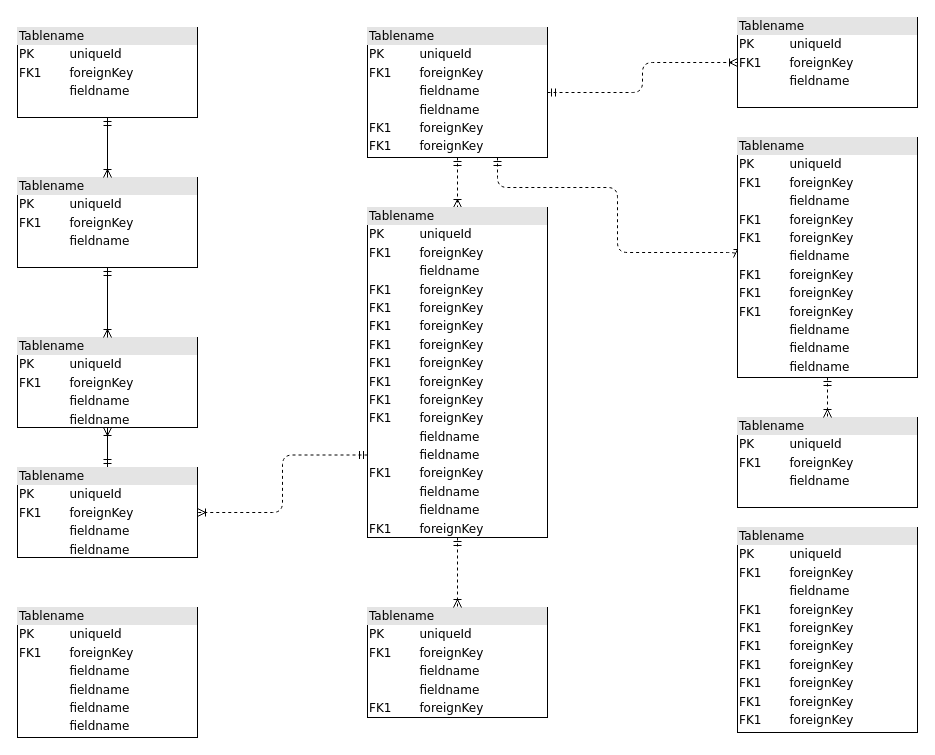
Above: Track-Occupancy/Track-Occupancy01.drawio in chillin2/MyDraw.io (draw.io), before the change. Source tidied: cells renumbered, new cells numbered last; positions are measured from the earlier drawing's top-left corner, leaving out a move shared by most shapes. Both pictures are drawn from the tidied source at 100%, with x=0, y=0 at pixel (17, 17).
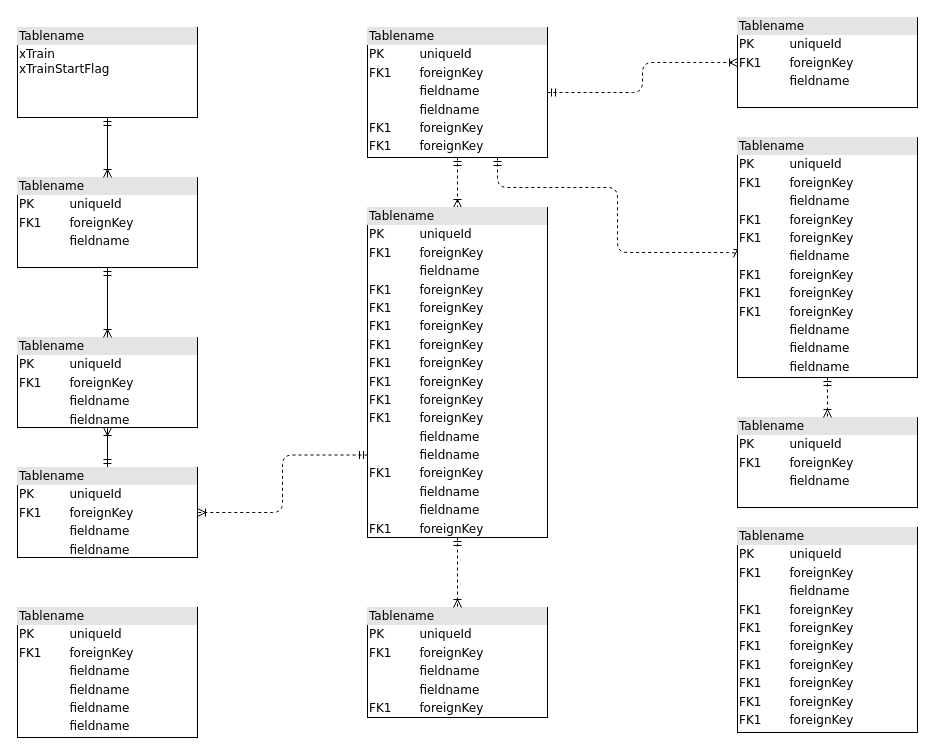
The same page after the edit.

The edit, as a diff of the source:
```diff
@@
-    <mxCell id="2" value="&lt;div style=&quot;box-sizing:border-box;width:100%;background:#e4e4e4;padding:2px;&quot;&gt;Tablename&lt;/div&gt;&lt;table style=&quot;width:100%;font-size:1em;&quot; cellpadding=&quot;2&quot; cellspacing=&quot;0&quot;&gt;&lt;tr&gt;&lt;td&gt;PK&lt;/td&gt;&lt;td&gt;uniqueId&lt;/td&gt;&lt;/tr&gt;&lt;tr&gt;&lt;td&gt;FK1&lt;/td&gt;&lt;td&gt;foreignKey&lt;/td&gt;&lt;/tr&gt;&lt;tr&gt;&lt;td&gt;&lt;/td&gt;&lt;td&gt;fieldname&lt;/td&gt;&lt;/tr&gt;&lt;/table&gt;" style="verticalAlign=top;align=left;overflow=fill;html=1;rounded=0;shadow=0;comic=0;labelBackgroundColor=none;strokeWidth=1;fontFamily=Verdana;fontSize=12;" parent="1" vertex="1">
+    <mxCell id="2" value="&lt;div style=&quot;box-sizing:border-box;width:100%;background:#e4e4e4;padding:2px;&quot;&gt;Tablename&lt;/div&gt;&lt;table style=&quot;width:100%;font-size:1em;&quot; cellpadding=&quot;2&quot; cellspacing=&quot;0&quot;&gt;&lt;tbody&gt;&lt;tr&gt;&lt;td&gt;xTrain&lt;br&gt;xTrainStartFlag&lt;br&gt;&lt;br&gt;&lt;/td&gt;&lt;td&gt;&lt;br&gt;&lt;/td&gt;&lt;/tr&gt;&lt;/tbody&gt;&lt;/table&gt;" style="verticalAlign=top;align=left;overflow=fill;html=1;rounded=0;shadow=0;comic=0;labelBackgroundColor=none;strokeWidth=1;fontFamily=Verdana;fontSize=12;" parent="1" vertex="1">
       <mxGeometry y="10" width="180" height="90" as="geometry" />
     </mxCell>
```
